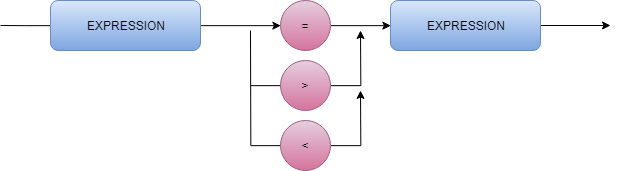
Above: Imgs/REL_EXPRESSION.png in Leostayner/Compilador-LM (draw.io), before the change. Source tidied: cells renumbered, new cells last; positions are measured from the earlier drawing's top-left corner, leaving out a move shared by most shapes.
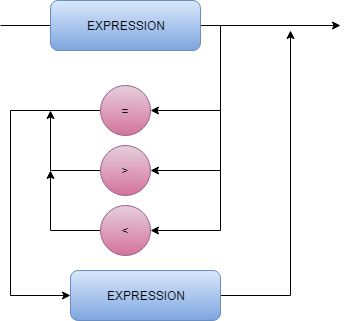
The same file after the commit.

Diff of the diagram source:
```diff
@@ -2,56 +2,78 @@
   <root>
     <mxCell id="0" />
     <mxCell id="1" parent="0" />
-    <mxCell id="2" style="edgeStyle=orthogonalEdgeStyle;rounded=0;jettySize=auto;html=1;exitX=0;exitY=0.5;exitDx=0;exitDy=0;endArrow=none;endFill=0;" parent="1" edge="1" source="4">
-      <mxGeometry relative="1" as="geometry">
-        <mxPoint y="25" as="targetPoint" />
-      </mxGeometry>
-    </mxCell>
-    <mxCell id="3" style="edgeStyle=orthogonalEdgeStyle;rounded=0;jettySize=auto;html=1;exitX=1;exitY=0.5;exitDx=0;exitDy=0;entryX=0;entryY=0.5;entryDx=0;entryDy=0;endArrow=classic;endFill=1;" parent="1" edge="1" source="4" target="9">
-      <mxGeometry relative="1" as="geometry" />
-    </mxCell>
-    <mxCell id="4" value="EXPRESSION" style="rounded=1;whiteSpace=wrap;html=1;gradientColor=#7ea6e0;fillColor=#dae8fc;strokeColor=#6c8ebf;" parent="1" vertex="1">
-      <mxGeometry x="50" width="150" height="50" as="geometry" />
-    </mxCell>
-    <mxCell id="5" style="edgeStyle=orthogonalEdgeStyle;rounded=0;jettySize=auto;html=1;exitX=1;exitY=0.5;exitDx=0;exitDy=0;endArrow=classic;endFill=1;" parent="1" edge="1" source="7">
-      <mxGeometry relative="1" as="geometry">
-        <mxPoint x="360" y="30" as="targetPoint" />
-      </mxGeometry>
-    </mxCell>
-    <mxCell id="6" style="edgeStyle=orthogonalEdgeStyle;rounded=0;jettySize=auto;html=1;exitX=0;exitY=0.5;exitDx=0;exitDy=0;endArrow=none;endFill=0;" parent="1" edge="1" source="7">
-      <mxGeometry relative="1" as="geometry">
-        <mxPoint x="250.1" y="85" as="targetPoint" />
-      </mxGeometry>
-    </mxCell>
+    <mxCell id="15" style="edgeStyle=orthogonalEdgeStyle;rounded=0;jettySize=auto;html=1;exitX=0;exitY=0.5;exitDx=0;exitDy=0;endArrow=none;endFill=0;" parent="1" edge="1" source="17">
+      <mxGeometry relative="1" as="geometry">
+        <mxPoint x="180" y="-60" as="targetPoint" />
+      </mxGeometry>
+    </mxCell>
+    <mxCell id="16" style="edgeStyle=orthogonalEdgeStyle;rounded=0;jettySize=auto;html=1;exitX=1;exitY=0.5;exitDx=0;exitDy=0;entryX=1;entryY=0.5;entryDx=0;entryDy=0;" parent="1" edge="1" source="17" target="9">
+      <mxGeometry relative="1" as="geometry" />
+    </mxCell>
+    <mxCell id="17" value="EXPRESSION" style="rounded=1;whiteSpace=wrap;html=1;gradientColor=#7ea6e0;fillColor=#dae8fc;strokeColor=#6c8ebf;" parent="1" vertex="1">
+      <mxGeometry x="230" y="-85" width="150" height="50" as="geometry" />
+    </mxCell>
+    <mxCell id="18" style="edgeStyle=orthogonalEdgeStyle;rounded=0;jettySize=auto;html=1;exitX=1;exitY=0.5;exitDx=0;exitDy=0;endArrow=none;endFill=0;startArrow=classic;startFill=1;" parent="1" edge="1" source="7">
+      <mxGeometry relative="1" as="geometry">
+        <mxPoint x="390" y="25" as="targetPoint" />
+        <Array as="points">
+          <mxPoint x="400" y="85" />
+          <mxPoint x="400" y="25" />
+        </Array>
+      </mxGeometry>
+    </mxCell>
+    <mxCell id="19" style="edgeStyle=orthogonalEdgeStyle;rounded=0;jettySize=auto;html=1;exitX=0;exitY=0.5;exitDx=0;exitDy=0;" parent="1" edge="1" source="7">
+      <mxGeometry relative="1" as="geometry">
+        <mxPoint x="230" y="25" as="targetPoint" />
+      </mxGeometry>
+    </mxCell>
     <mxCell id="7" value="&amp;gt;" style="ellipse;whiteSpace=wrap;html=1;gradientColor=#d5739d;fillColor=#e6d0de;strokeColor=#996185;" parent="1" vertex="1">
       <mxGeometry x="280" y="60" width="50" height="50" as="geometry" />
     </mxCell>
-    <mxCell id="8" style="edgeStyle=orthogonalEdgeStyle;rounded=0;jettySize=auto;html=1;exitX=1;exitY=0.5;exitDx=0;exitDy=0;entryX=0;entryY=0.5;entryDx=0;entryDy=0;endArrow=classic;endFill=1;" parent="1" edge="1" source="9" target="14">
-      <mxGeometry relative="1" as="geometry" />
-    </mxCell>
+    <mxCell id="20" style="edgeStyle=orthogonalEdgeStyle;rounded=0;jettySize=auto;html=1;exitX=0;exitY=0.5;exitDx=0;exitDy=0;entryX=0;entryY=0.5;entryDx=0;entryDy=0;" parent="1" edge="1" source="9" target="24">
+      <mxGeometry relative="1" as="geometry">
+        <Array as="points">
+          <mxPoint x="190" y="25" />
+          <mxPoint x="190" y="210" />
+        </Array>
+      </mxGeometry>
+    </mxCell>
     <mxCell id="9" value="=" style="ellipse;whiteSpace=wrap;html=1;gradientColor=#d5739d;fillColor=#e6d0de;strokeColor=#996185;" parent="1" vertex="1">
       <mxGeometry x="280" width="50" height="50" as="geometry" />
     </mxCell>
-    <mxCell id="10" style="edgeStyle=orthogonalEdgeStyle;rounded=0;jettySize=auto;html=1;exitX=1;exitY=0.5;exitDx=0;exitDy=0;endArrow=classic;endFill=1;" parent="1" edge="1" source="12">
-      <mxGeometry relative="1" as="geometry">
-        <mxPoint x="360" y="90" as="targetPoint" />
-      </mxGeometry>
-    </mxCell>
-    <mxCell id="11" style="edgeStyle=orthogonalEdgeStyle;rounded=0;jettySize=auto;html=1;exitX=0;exitY=0.5;exitDx=0;exitDy=0;endArrow=none;endFill=0;" parent="1" edge="1" source="12">
-      <mxGeometry relative="1" as="geometry">
-        <mxPoint x="250" y="30" as="targetPoint" />
-      </mxGeometry>
-    </mxCell>
+    <mxCell id="21" style="edgeStyle=orthogonalEdgeStyle;rounded=0;jettySize=auto;html=1;exitX=0;exitY=0.5;exitDx=0;exitDy=0;" parent="1" edge="1" source="12">
+      <mxGeometry relative="1" as="geometry">
+        <mxPoint x="230" y="85" as="targetPoint" />
+      </mxGeometry>
+    </mxCell>
+    <mxCell id="22" style="edgeStyle=orthogonalEdgeStyle;rounded=0;jettySize=auto;html=1;exitX=1;exitY=0.5;exitDx=0;exitDy=0;endArrow=none;endFill=0;startArrow=classic;startFill=1;" parent="1" edge="1" source="12">
+      <mxGeometry relative="1" as="geometry">
+        <mxPoint x="390" y="85" as="targetPoint" />
+        <Array as="points">
+          <mxPoint x="400" y="145" />
+          <mxPoint x="400" y="85" />
+        </Array>
+      </mxGeometry>
+    </mxCell>
     <mxCell id="12" value="&amp;lt;" style="ellipse;whiteSpace=wrap;html=1;gradientColor=#d5739d;fillColor=#e6d0de;strokeColor=#996185;" parent="1" vertex="1">
       <mxGeometry x="280" y="120" width="50" height="50" as="geometry" />
     </mxCell>
-    <mxCell id="13" style="edgeStyle=orthogonalEdgeStyle;rounded=0;jettySize=auto;html=1;endArrow=classic;endFill=1;" parent="1" edge="1" source="14">
-      <mxGeometry relative="1" as="geometry">
-        <mxPoint x="610" y="25" as="targetPoint" />
-      </mxGeometry>
-    </mxCell>
-    <mxCell id="14" value="EXPRESSION" style="rounded=1;whiteSpace=wrap;html=1;gradientColor=#7ea6e0;fillColor=#dae8fc;strokeColor=#6c8ebf;" parent="1" vertex="1">
-      <mxGeometry x="390" width="150" height="50" as="geometry" />
-    </mxCell>
+    <mxCell id="23" style="edgeStyle=orthogonalEdgeStyle;rounded=0;jettySize=auto;html=1;endArrow=classic;endFill=1;" parent="1" edge="1" source="24">
+      <mxGeometry relative="1" as="geometry">
+        <mxPoint x="470" y="-55" as="targetPoint" />
+        <Array as="points">
+          <mxPoint x="470" y="210" />
+        </Array>
+      </mxGeometry>
+    </mxCell>
+    <mxCell id="24" value="EXPRESSION" style="rounded=1;whiteSpace=wrap;html=1;gradientColor=#7ea6e0;fillColor=#dae8fc;strokeColor=#6c8ebf;" parent="1" vertex="1">
+      <mxGeometry x="250" y="185" width="150" height="50" as="geometry" />
+    </mxCell>
+    <mxCell id="25" style="edgeStyle=orthogonalEdgeStyle;rounded=0;orthogonalLoop=1;jettySize=auto;html=1;" parent="1" edge="1">
+      <mxGeometry relative="1" as="geometry">
+        <mxPoint x="400" y="-60" as="sourcePoint" />
+        <mxPoint x="520" y="-60" as="targetPoint" />
+      </mxGeometry>
+    </mxCell>
   </root>
 </mxGraphModel>
```
